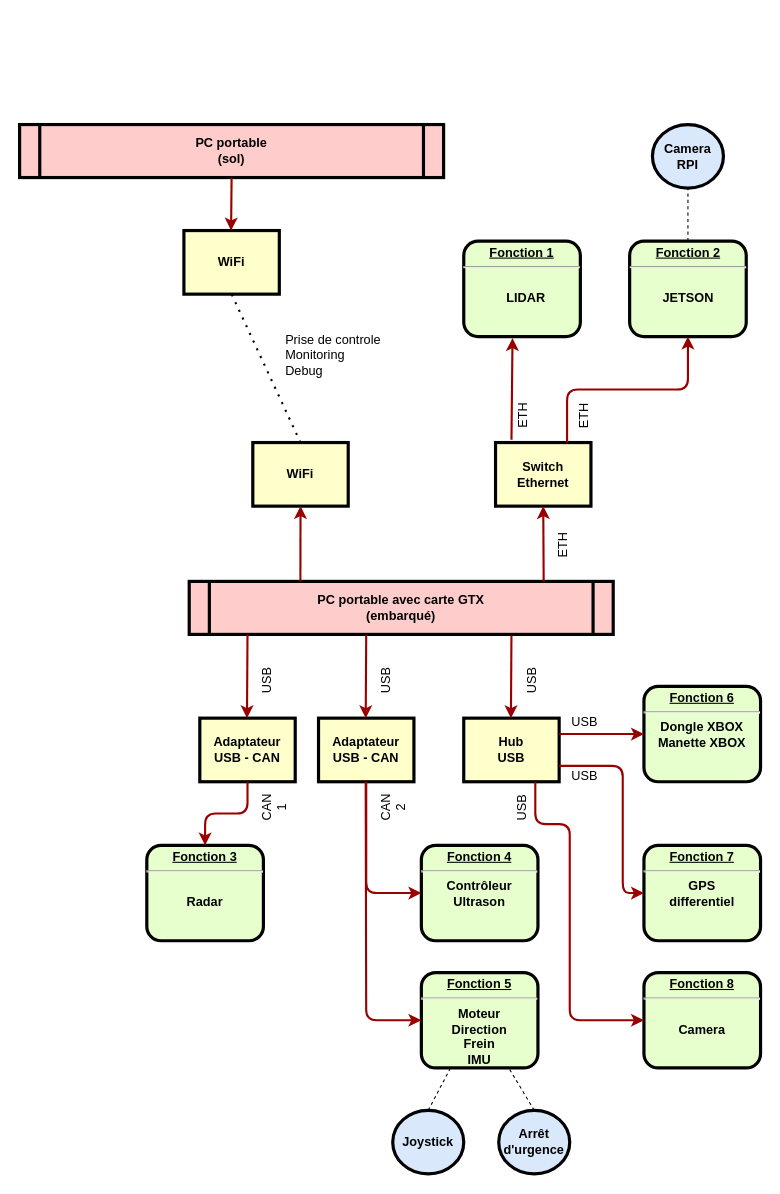
The draw.io diagram geibike/documentation/topologie.drawio in pehladik/geicar, before the edit. Source tidied: cells renumbered, new cells numbered last; positions are measured from the earlier drawing's top-left corner, leaving out a move shared by most shapes. Both pictures are drawn from the tidied source at 106%, with x=0, y=0 at pixel (19, 124).
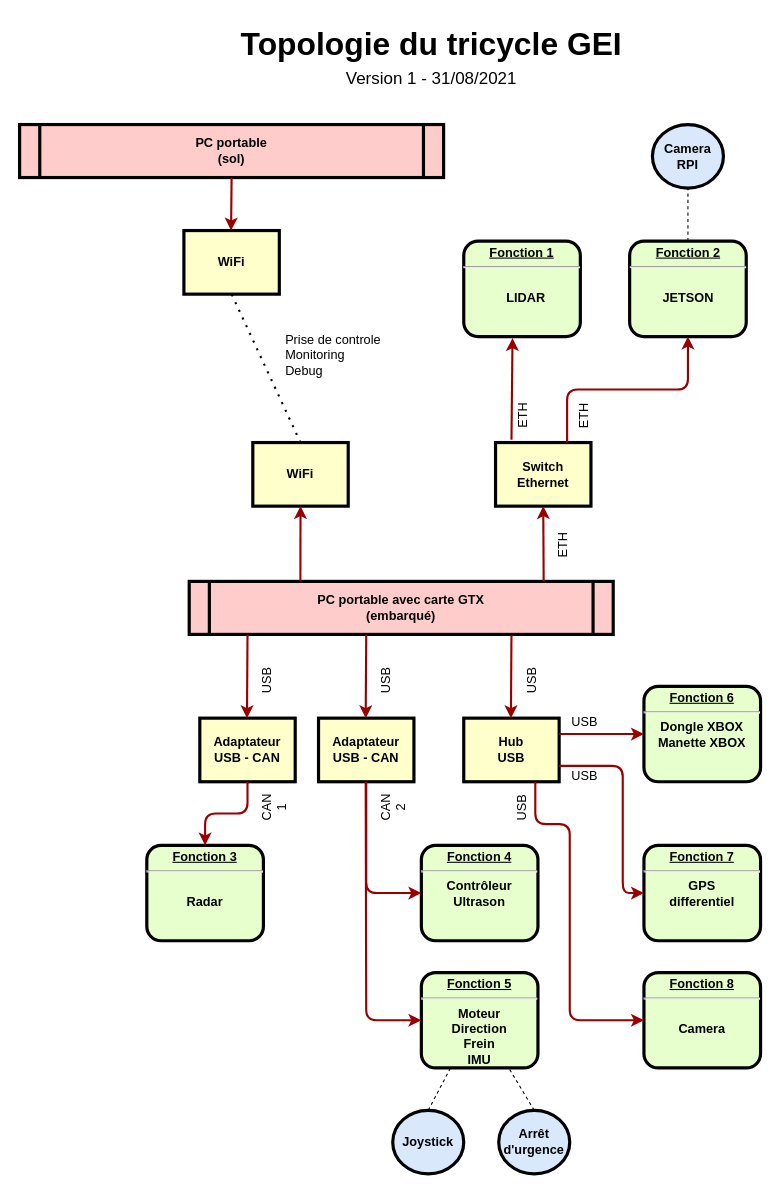
The same page after the edit.

The edit, as a diff of the source:
```diff
@@
+    <mxCell id="51" value="&lt;div style=&quot;font-size: 20px&quot; align=&quot;center&quot;&gt;&lt;font style=&quot;font-size: 20px&quot;&gt;&lt;b&gt;&lt;font style=&quot;font-size: 30px&quot;&gt;Topologie du tricycle GEI&lt;/font&gt;&lt;br&gt;&lt;/b&gt;&lt;font style=&quot;font-size: 16px&quot;&gt;Version 1 - 31/08/2021&lt;/font&gt;&lt;b&gt;&lt;br&gt;&lt;/b&gt;&lt;/font&gt;&lt;/div&gt;" style="text;whiteSpace=wrap;html=1;rotation=0;" parent="1" vertex="1">
+      <mxGeometry x="207" y="-100" width="390" height="60" as="geometry" />
+    </mxCell>
```
